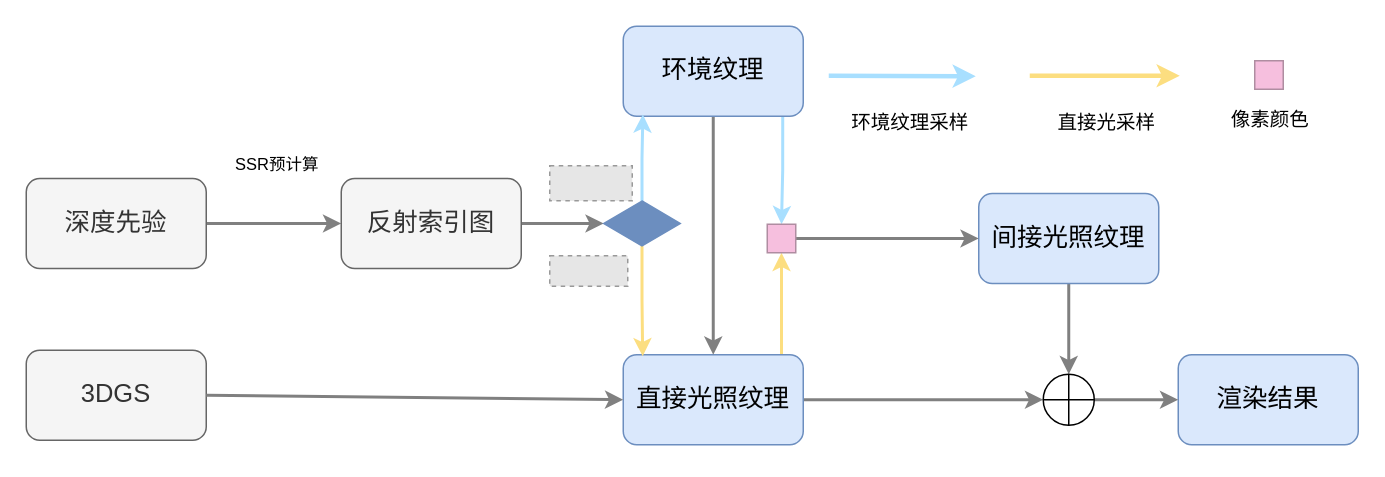
The draw.io diagram mid-term/SSR.drawio in thEu-suisei/draw_io, before the edit. Source tidied: cells renumbered, new cells numbered last; positions are measured from the earlier drawing's top-left corner, leaving out a move shared by most shapes. Both pictures are drawn from the tidied source at 150%, with x=0, y=0 at pixel (26, 26). Pictures stored in the file or linked from it are replaced by grey dashed boxes.
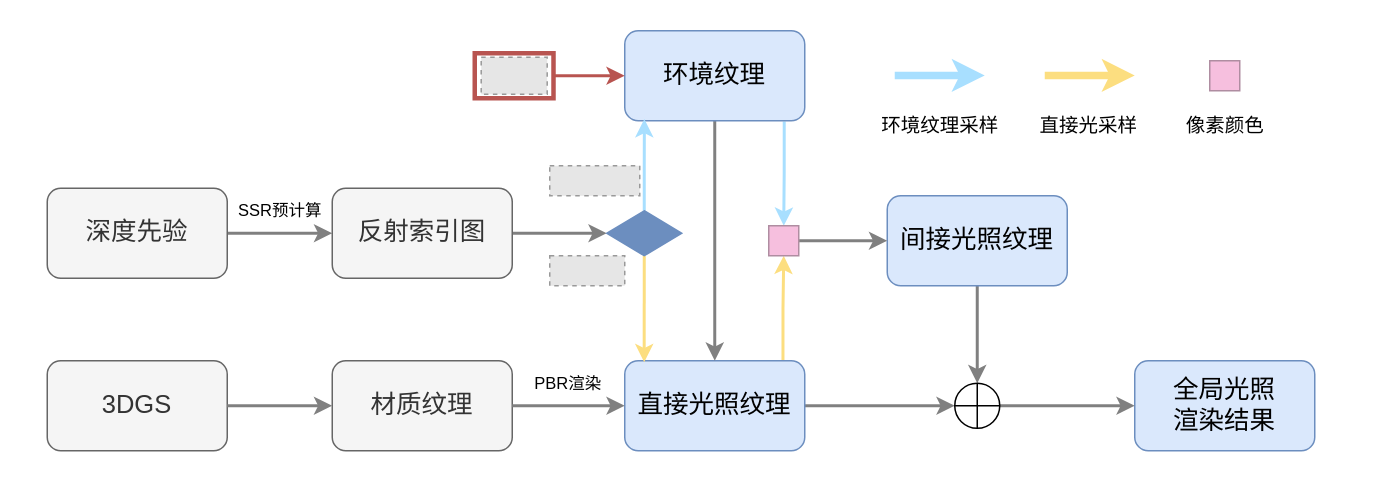
The same page after the edit.

What changed in the source:
```diff
@@
     <mxCell id="3" value="&lt;font style=&quot;font-size: 17px; font-weight: normal;&quot;&gt;深度先验&lt;/font&gt;" style="rounded=1;whiteSpace=wrap;html=1;fillColor=#f5f5f5;fontColor=#333333;strokeColor=#666666;fontStyle=1;" parent="1" vertex="1">
-      <mxGeometry y="101.5" width="120" height="60" as="geometry" />
+      <mxGeometry x="14" y="108" width="120" height="60" as="geometry" />
     </mxCell>
@@
     <mxCell id="5" value="&lt;font style=&quot;font-size: 17px;&quot;&gt;反射索引图&lt;/font&gt;" style="rounded=1;whiteSpace=wrap;html=1;fillColor=#f5f5f5;fontColor=#333333;strokeColor=#666666;" parent="1" vertex="1">
-      <mxGeometry x="210" y="101.5" width="120" height="60" as="geometry" />
+      <mxGeometry x="204" y="108" width="120" height="60" as="geometry" />
     </mxCell>
@@
     <mxCell id="8" value="&lt;font style=&quot;font-size: 17px;&quot;&gt;直接光照纹理&lt;/font&gt;" style="rounded=1;whiteSpace=wrap;html=1;fillColor=#dae8fc;strokeColor=#6c8ebf;" parent="1" vertex="1">
-      <mxGeometry x="398" y="219" width="120" height="60" as="geometry" />
+      <mxGeometry x="399" y="223" width="120" height="60" as="geometry" />
     </mxCell>
-    <mxCell id="9" value="&lt;font style=&quot;font-size: 17px; font-weight: normal;&quot;&gt;3DGS&lt;/font&gt;" style="rounded=1;whiteSpace=wrap;html=1;fillColor=#f5f5f5;fontColor=#333333;strokeColor=#666666;fontStyle=1;" parent="1" vertex="1">
-      <mxGeometry y="216" width="120" height="60" as="geometry" />
+    <mxCell id="9" value="&lt;span style=&quot;font-size: 17px; font-weight: 400;&quot;&gt;材质纹理&lt;/span&gt;" style="rounded=1;whiteSpace=wrap;html=1;fillColor=#f5f5f5;fontColor=#333333;strokeColor=#666666;fontStyle=1;" parent="1" vertex="1">
+      <mxGeometry x="204" y="223" width="120" height="60" as="geometry" />
     </mxCell>
@@
     <mxCell id="11" value="&lt;font style=&quot;font-size: 17px;&quot;&gt;间接光照纹理&lt;/font&gt;" style="rounded=1;whiteSpace=wrap;html=1;fillColor=#dae8fc;strokeColor=#6c8ebf;" parent="1" vertex="1">
-      <mxGeometry x="635" y="111.5" width="120" height="60" as="geometry" />
+      <mxGeometry x="574" y="113" width="120" height="60" as="geometry" />
     </mxCell>
-    <mxCell id="12" value="&lt;font style=&quot;font-size: 17px;&quot;&gt;渲染结果&lt;/font&gt;" style="rounded=1;whiteSpace=wrap;html=1;fillColor=#dae8fc;strokeColor=#6c8ebf;" parent="1" vertex="1">
-      <mxGeometry x="768" y="219" width="120" height="60" as="geometry" />
+    <mxCell id="12" value="&lt;font style=&quot;font-size: 17px;&quot;&gt;全局光照&lt;/font&gt;&lt;div&gt;&lt;font style=&quot;font-size: 17px;&quot;&gt;渲染结果&lt;/font&gt;&lt;/div&gt;" style="rounded=1;whiteSpace=wrap;html=1;fillColor=#dae8fc;strokeColor=#6c8ebf;" parent="1" vertex="1">
+      <mxGeometry x="739" y="223" width="120" height="60" as="geometry" />
     </mxCell>
@@
     <mxCell id="15" value="&lt;font style=&quot;font-size: 17px;&quot;&gt;环境纹理&lt;/font&gt;" style="rounded=1;whiteSpace=wrap;html=1;fillColor=#dae8fc;strokeColor=#6c8ebf;" parent="1" vertex="1">
-      <mxGeometry x="398" width="120" height="60" as="geometry" />
+      <mxGeometry x="399" y="3" width="120" height="60" as="geometry" />
     </mxCell>
@@
     <mxCell id="18" style="rhombus;whiteSpace=wrap;html=1;fillColor=#6C8EBF;strokeColor=#6c8ebf;" parent="1" vertex="1">
-      <mxGeometry x="385" y="116.5" width="51" height="30" as="geometry" />
+      <mxGeometry x="387" y="123" width="50" height="30" as="geometry" />
     </mxCell>
     <mxCell id="19" style="fillColor=#E6E6E6;strokeColor=#999999;dashed=1;verticalLabelPosition=bottom;labelBackgroundColor=default;verticalAlign=top;" parent="1" vertex="1">
-      <mxGeometry x="349" y="153" width="52" height="20.3" as="geometry" />
+      <mxGeometry x="349" y="153" width="50" height="20" as="geometry" />
     </mxCell>
     <mxCell id="20" style="fillColor=#E6E6E6;strokeColor=#999999;dashed=1;verticalLabelPosition=bottom;labelBackgroundColor=default;verticalAlign=top;" parent="1" vertex="1">
-      <mxGeometry x="349" y="93" width="55" height="23.4" as="geometry" />
+      <mxGeometry x="349" y="93" width="60" height="20" as="geometry" />
     </mxCell>
-    <mxCell id="21" style="endArrow=classic;html=1;rounded=0;strokeColor=light-dark(#a8dfff, #D47D25);strokeWidth=3;" parent="1" edge="1">
+    <mxCell id="21" style="endArrow=classic;html=1;rounded=0;strokeColor=light-dark(#a8dfff, #D47D25);strokeWidth=5;" parent="1" edge="1">
       <mxGeometry relative="1" as="geometry">
-        <mxPoint x="535" y="33" as="sourcePoint" />
-        <mxPoint x="633" y="33.3" as="targetPoint" />
+        <mxPoint x="579" y="32.8" as="sourcePoint" />
+        <mxPoint x="639" y="32.8" as="targetPoint" />
       </mxGeometry>
     </mxCell>
-    <mxCell id="22" value="&lt;font&gt;环境纹理采样&lt;/font&gt;" style="edgeLabel;html=1;align=center;verticalAlign=middle;fontSize=13;" parent="21" vertex="1">
-      <mxGeometry x="-0.18" y="-1" relative="1" as="geometry">
-        <mxPoint x="14" y="29" as="offset" />
-      </mxGeometry>
-    </mxCell>
-    <mxCell id="23" style="endArrow=classic;html=1;rounded=0;strokeColor=light-dark(#fcde80, #257c00);strokeWidth=3;" parent="1" edge="1">
+    <mxCell id="23" style="endArrow=classic;html=1;rounded=0;strokeColor=light-dark(#fcde80, #257c00);strokeWidth=5;" parent="1" edge="1">
       <mxGeometry relative="1" as="geometry">
-        <mxPoint x="669" y="33" as="sourcePoint" />
-        <mxPoint x="769" y="33" as="targetPoint" />
+        <mxPoint x="679" y="32.8" as="sourcePoint" />
+        <mxPoint x="739" y="32.8" as="targetPoint" />
       </mxGeometry>
     </mxCell>
-    <mxCell id="24" value="&lt;font&gt;直接光采样&lt;/font&gt;" style="edgeLabel;html=1;align=center;verticalAlign=middle;fontSize=13;" parent="23" vertex="1">
-      <mxGeometry x="-0.08" y="-1" relative="1" as="geometry">
-        <mxPoint x="4" y="29" as="offset" />
-      </mxGeometry>
-    </mxCell>
@@
     <mxCell id="28" style="ellipse;whiteSpace=wrap;html=1;" parent="1" vertex="1">
-      <mxGeometry x="678" y="232" width="34" height="34" as="geometry" />
+      <mxGeometry x="619" y="238" width="30" height="30" as="geometry" />
     </mxCell>
@@
     <mxCell id="31" value="&lt;span style=&quot;font-size: 11px; background-color: rgb(255, 255, 255);&quot;&gt;SSR预计算&lt;/span&gt;" style="text;html=1;align=center;verticalAlign=middle;strokeColor=none;fillColor=none;" parent="1" vertex="1">
-      <mxGeometry x="127" y="77" width="80" height="30" as="geometry" />
+      <mxGeometry x="129" y="108" width="80" height="30" as="geometry" />
     </mxCell>
     <mxCell id="32" style="whiteSpace=wrap;html=1;fillColor=light-dark(#f6bfde, #54283f);strokeColor=light-dark(#AF8DA1,#D75496);" parent="1" vertex="1">
-      <mxGeometry x="494" y="132" width="19" height="19" as="geometry" />
+      <mxGeometry x="495" y="133" width="20" height="20" as="geometry" />
     </mxCell>
     <mxCell id="33" style="whiteSpace=wrap;html=1;fillColor=light-dark(#f6bfde, #54283f);strokeColor=light-dark(#AF8DA1,#D75496);" parent="1" vertex="1">
-      <mxGeometry x="819" y="23" width="19" height="19" as="geometry" />
+      <mxGeometry x="789" y="23" width="20" height="20" as="geometry" />
     </mxCell>
     <mxCell id="34" value="像素颜色" style="text;html=1;align=center;verticalAlign=middle;strokeColor=none;fillColor=none;fontSize=13;" parent="1" vertex="1">
-      <mxGeometry x="789" y="47" width="80" height="30" as="geometry" />
+      <mxGeometry x="759" y="51" width="80" height="30" as="geometry" />
     </mxCell>
+    <mxCell id="35" value="&lt;span style=&quot;font-size: 17px; font-weight: 400;&quot;&gt;3DGS&lt;/span&gt;" style="rounded=1;whiteSpace=wrap;html=1;fillColor=#f5f5f5;fontColor=#333333;strokeColor=#666666;fontStyle=1;" parent="1" vertex="1">
+      <mxGeometry x="14" y="223" width="120" height="60" as="geometry" />
+    </mxCell>
+    <mxCell id="36" style="edgeStyle=orthogonalEdgeStyle;rounded=0;jettySize=auto;html=1;exitX=1;exitY=0.5;exitDx=0;exitDy=0;entryX=0;entryY=0.5;entryDx=0;entryDy=0;strokeWidth=2;strokeColor=#808080;" parent="1" edge="1" source="35" target="9">
+      <mxGeometry relative="1" as="geometry" />
+    </mxCell>
+    <mxCell id="22" value="&lt;span style=&quot;font-size: 13px; background-color: rgb(255, 255, 255);&quot;&gt;环境纹理采样&lt;/span&gt;" style="text;html=1;align=center;verticalAlign=middle;strokeColor=none;fillColor=none;" parent="1" vertex="1">
+      <mxGeometry x="559" y="51" width="100" height="30" as="geometry" />
+    </mxCell>
+    <mxCell id="24" value="&lt;span style=&quot;font-size: 13px; background-color: rgb(255, 255, 255);&quot;&gt;直接光采样&lt;/span&gt;" style="text;html=1;align=center;verticalAlign=middle;strokeColor=none;fillColor=none;" parent="1" vertex="1">
+      <mxGeometry x="663" y="51" width="90" height="30" as="geometry" />
+    </mxCell>
+    <mxCell id="37" style="group;" parent="1" vertex="1">
+      <mxGeometry x="299" y="18" width="52.9" height="30" as="geometry" />
+    </mxCell>
+    <mxCell id="38" style="rounded=0;whiteSpace=wrap;html=1;fillColor=none;strokeColor=#B85450;strokeWidth=3;" parent="37" vertex="1">
+      <mxGeometry width="52.5" height="30" as="geometry" />
+    </mxCell>
+    <mxCell id="39" style="fillColor=#E6E6E6;strokeColor=#999999;dashed=1;verticalLabelPosition=bottom;labelBackgroundColor=default;verticalAlign=top;" parent="37" vertex="1">
+      <mxGeometry x="4.3" y="2.6" width="44" height="24.8" as="geometry" />
+    </mxCell>
+    <mxCell id="40" style="edgeStyle=orthogonalEdgeStyle;rounded=0;jettySize=auto;html=1;exitX=1;exitY=0.5;exitDx=0;exitDy=0;strokeColor=#B85450;strokeWidth=2;" parent="1" edge="1" source="38" target="15">
+      <mxGeometry relative="1" as="geometry" />
+    </mxCell>
+    <mxCell id="41" value="&lt;span style=&quot;font-size: 11px; background-color: rgb(255, 255, 255);&quot;&gt;PBR渲染&lt;/span&gt;" style="text;html=1;align=center;verticalAlign=middle;strokeColor=none;fillColor=none;" parent="1" vertex="1">
+      <mxGeometry x="326" y="223" width="70" height="30" as="geometry" />
+    </mxCell>
```
